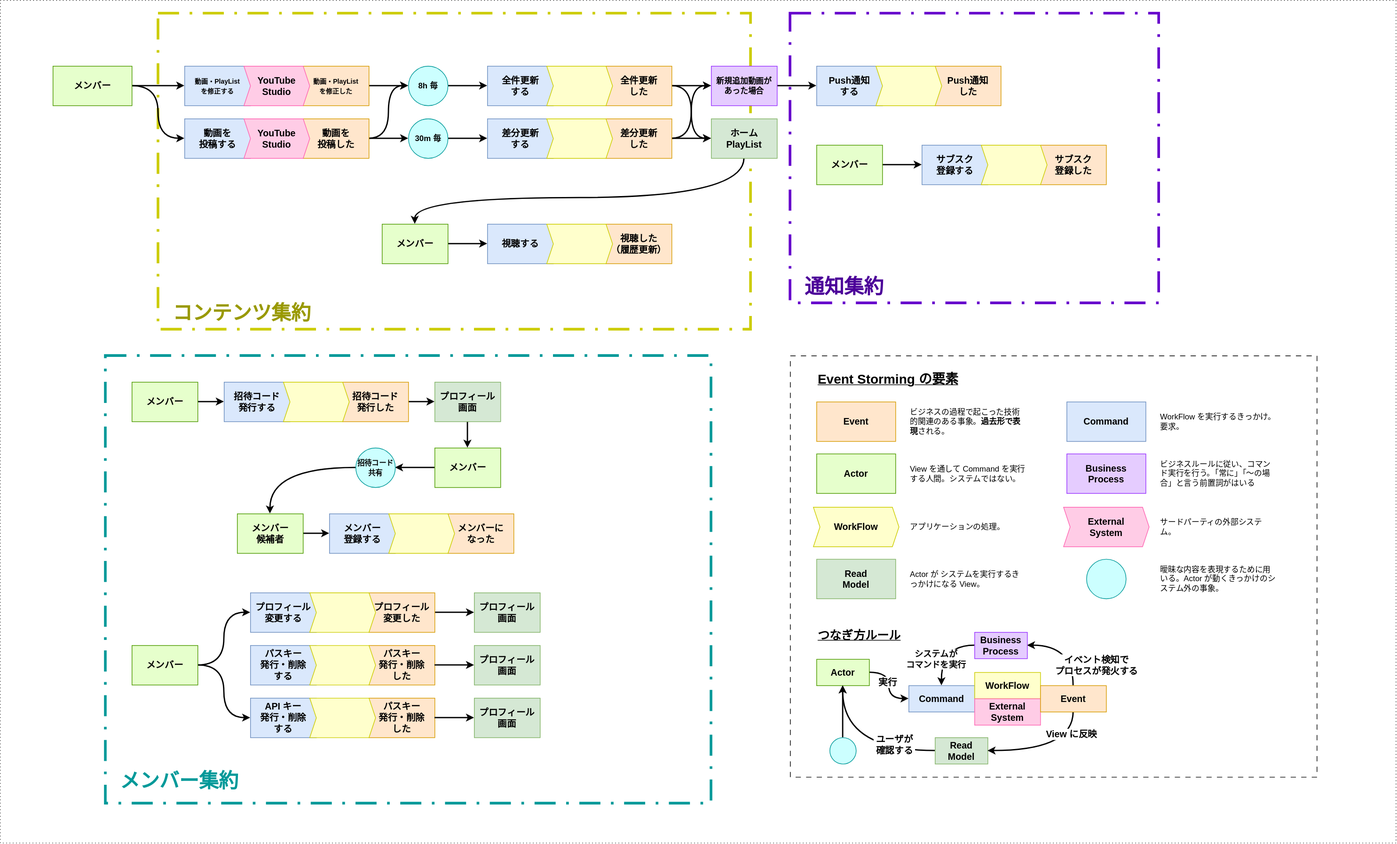
The draw.io diagram event_storming.drawio.svg in nw-union/soko, before a commit. Source tidied: cells renumbered, new cells last; positions are measured from the earlier drawing's top-left corner, leaving out a move shared by most shapes.
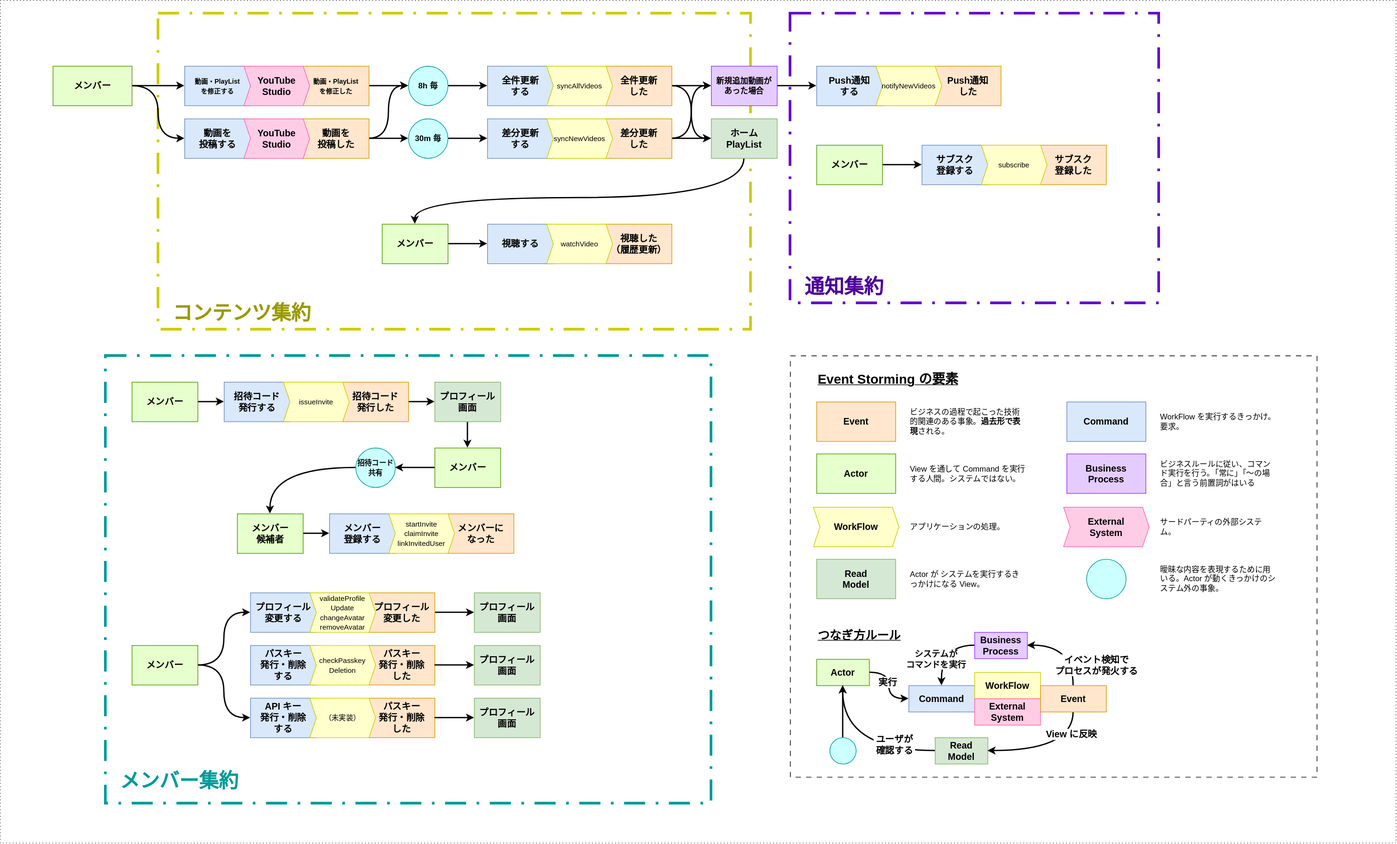
The same diagram one commit later.

What changed in the source:
```diff
@@ -177,7 +177,7 @@
     <mxCell id="55" value="&lt;span style=&quot;font-size: 14px;&quot;&gt;&lt;b&gt;視聴する&lt;/b&gt;&lt;/span&gt;" style="rounded=0;whiteSpace=wrap;html=1;fillColor=#dae8fc;strokeColor=#6c8ebf;" parent="1" vertex="1">
       <mxGeometry x="740" y="340" width="100" height="60" as="geometry" />
     </mxCell>
-    <mxCell id="56" style="shape=step;perimeter=stepPerimeter;whiteSpace=wrap;html=1;fixedSize=1;fillColor=#FFFFCC;strokeColor=#CCCC00;size=10;" parent="1" vertex="1">
+    <mxCell id="56" value="&lt;span style=&quot;font-size: 11px;&quot;&gt;watchVideo&lt;/span&gt;" style="shape=step;perimeter=stepPerimeter;whiteSpace=wrap;html=1;fixedSize=1;fillColor=#FFFFCC;strokeColor=#CCCC00;size=10;" parent="1" vertex="1">
       <mxGeometry x="830" y="340" width="100" height="60" as="geometry" />
     </mxCell>
     <mxCell id="57" value="&lt;span style=&quot;font-size: 14px;&quot;&gt;&lt;b&gt;Push通知&lt;/b&gt;&lt;/span&gt;&lt;div&gt;&lt;span style=&quot;font-size: 14px;&quot;&gt;&lt;b&gt;した&lt;/b&gt;&lt;/span&gt;&lt;/div&gt;" style="rounded=0;whiteSpace=wrap;html=1;fillColor=#ffe6cc;strokeColor=#d79b00;" parent="1" vertex="1">
@@ -186,7 +186,7 @@
     <mxCell id="58" value="&lt;span style=&quot;font-size: 14px;&quot;&gt;&lt;b&gt;Push通知&lt;/b&gt;&lt;/span&gt;&lt;div&gt;&lt;span style=&quot;font-size: 14px;&quot;&gt;&lt;b&gt;する&lt;/b&gt;&lt;/span&gt;&lt;/div&gt;" style="rounded=0;whiteSpace=wrap;html=1;fillColor=#dae8fc;strokeColor=#6c8ebf;" parent="1" vertex="1">
       <mxGeometry x="1240" y="100" width="100" height="60" as="geometry" />
     </mxCell>
-    <mxCell id="59" style="shape=step;perimeter=stepPerimeter;whiteSpace=wrap;html=1;fixedSize=1;fillColor=#FFFFCC;strokeColor=#CCCC00;size=10;" parent="1" vertex="1">
+    <mxCell id="59" value="&lt;span style=&quot;font-size: 11px;&quot;&gt;notifyNewVideos&lt;/span&gt;" style="shape=step;perimeter=stepPerimeter;whiteSpace=wrap;html=1;fixedSize=1;fillColor=#FFFFCC;strokeColor=#CCCC00;size=10;" parent="1" vertex="1">
       <mxGeometry x="1330" y="100" width="100" height="60" as="geometry" />
     </mxCell>
     <mxCell id="60" style="edgeStyle=orthogonalEdgeStyle;rounded=0;jettySize=auto;html=1;entryX=0;entryY=0.5;entryDx=0;entryDy=0;defaultLabelBackgroundColor=page;strokeWidth=2;" parent="1" edge="1" source="120" target="58">
@@ -207,7 +207,7 @@
     <mxCell id="65" value="&lt;span style=&quot;font-size: 14px;&quot;&gt;&lt;b&gt;全件更新&lt;/b&gt;&lt;/span&gt;&lt;div&gt;&lt;span style=&quot;font-size: 14px;&quot;&gt;&lt;b&gt;する&lt;/b&gt;&lt;/span&gt;&lt;/div&gt;" style="rounded=0;whiteSpace=wrap;html=1;fillColor=#dae8fc;strokeColor=#6c8ebf;" parent="1" vertex="1">
       <mxGeometry x="740" y="100" width="100" height="60" as="geometry" />
     </mxCell>
-    <mxCell id="66" style="shape=step;perimeter=stepPerimeter;whiteSpace=wrap;html=1;fixedSize=1;fillColor=#FFFFCC;strokeColor=#CCCC00;size=10;" parent="1" vertex="1">
+    <mxCell id="66" value="&lt;span style=&quot;font-size: 11px;&quot;&gt;syncAllVideos&lt;/span&gt;" style="shape=step;perimeter=stepPerimeter;whiteSpace=wrap;html=1;fixedSize=1;fillColor=#FFFFCC;strokeColor=#CCCC00;size=10;" parent="1" vertex="1">
       <mxGeometry x="830" y="100" width="100" height="60" as="geometry" />
     </mxCell>
     <mxCell id="67" style="edgeStyle=orthogonalEdgeStyle;rounded=0;jettySize=auto;html=1;entryX=0;entryY=0.5;entryDx=0;entryDy=0;defaultLabelBackgroundColor=page;strokeWidth=2;" parent="1" edge="1" source="68" target="71">
@@ -243,7 +243,7 @@
     <mxCell id="77" value="&lt;span style=&quot;font-size: 14px;&quot;&gt;&lt;b&gt;差分更新&lt;/b&gt;&lt;/span&gt;&lt;div&gt;&lt;span style=&quot;font-size: 14px;&quot;&gt;&lt;b&gt;する&lt;/b&gt;&lt;/span&gt;&lt;/div&gt;" style="rounded=0;whiteSpace=wrap;html=1;fillColor=#dae8fc;strokeColor=#6c8ebf;" parent="1" vertex="1">
       <mxGeometry x="740" y="180" width="100" height="60" as="geometry" />
     </mxCell>
-    <mxCell id="78" style="shape=step;perimeter=stepPerimeter;whiteSpace=wrap;html=1;fixedSize=1;fillColor=#FFFFCC;strokeColor=#CCCC00;size=10;" parent="1" vertex="1">
+    <mxCell id="78" value="&lt;span style=&quot;font-size: 11px;&quot;&gt;syncNewVideos&lt;/span&gt;" style="shape=step;perimeter=stepPerimeter;whiteSpace=wrap;html=1;fixedSize=1;fillColor=#FFFFCC;strokeColor=#CCCC00;size=10;" parent="1" vertex="1">
       <mxGeometry x="830" y="180" width="100" height="60" as="geometry" />
     </mxCell>
     <mxCell id="79" style="edgeStyle=orthogonalEdgeStyle;rounded=0;jettySize=auto;html=1;entryX=0;entryY=0.5;entryDx=0;entryDy=0;defaultLabelBackgroundColor=page;strokeWidth=2;" parent="1" edge="1" source="80" target="82">
@@ -258,7 +258,7 @@
     <mxCell id="82" value="&lt;span style=&quot;font-size: 14px;&quot;&gt;&lt;b&gt;サブスク&lt;/b&gt;&lt;/span&gt;&lt;div&gt;&lt;span style=&quot;font-size: 14px;&quot;&gt;&lt;b&gt;登録する&lt;/b&gt;&lt;/span&gt;&lt;/div&gt;" style="rounded=0;whiteSpace=wrap;html=1;fillColor=#dae8fc;strokeColor=#6c8ebf;" parent="1" vertex="1">
       <mxGeometry x="1400" y="220" width="100" height="60" as="geometry" />
     </mxCell>
-    <mxCell id="83" style="shape=step;perimeter=stepPerimeter;whiteSpace=wrap;html=1;fixedSize=1;fillColor=#FFFFCC;strokeColor=#CCCC00;size=10;" parent="1" vertex="1">
+    <mxCell id="83" value="&lt;span style=&quot;font-size: 11px;&quot;&gt;subscribe&lt;/span&gt;" style="shape=step;perimeter=stepPerimeter;whiteSpace=wrap;html=1;fixedSize=1;fillColor=#FFFFCC;strokeColor=#CCCC00;size=10;" parent="1" vertex="1">
       <mxGeometry x="1490" y="220" width="100" height="60" as="geometry" />
     </mxCell>
     <mxCell id="84" style="edgeStyle=orthogonalEdgeStyle;rounded=0;jettySize=auto;html=1;entryX=0;entryY=0.5;entryDx=0;entryDy=0;defaultLabelBackgroundColor=page;curved=1;curveGeometry=1;strokeWidth=2;" parent="1" edge="1" source="85" target="88">
@@ -276,7 +276,7 @@
     <mxCell id="88" value="&lt;span style=&quot;font-size: 14px;&quot;&gt;&lt;b&gt;招待コード&lt;/b&gt;&lt;/span&gt;&lt;br&gt;&lt;div&gt;&lt;span style=&quot;font-size: 14px;&quot;&gt;&lt;b&gt;発行する&lt;/b&gt;&lt;/span&gt;&lt;/div&gt;" style="rounded=0;whiteSpace=wrap;html=1;fillColor=#dae8fc;strokeColor=#6c8ebf;" parent="1" vertex="1">
       <mxGeometry x="340" y="580" width="100" height="60" as="geometry" />
     </mxCell>
-    <mxCell id="89" style="shape=step;perimeter=stepPerimeter;whiteSpace=wrap;html=1;fixedSize=1;fillColor=#FFFFCC;strokeColor=#CCCC00;size=10;" parent="1" vertex="1">
+    <mxCell id="89" value="&lt;span style=&quot;font-size: 11px;&quot;&gt;issueInvite&lt;/span&gt;" style="shape=step;perimeter=stepPerimeter;whiteSpace=wrap;html=1;fixedSize=1;fillColor=#FFFFCC;strokeColor=#CCCC00;size=10;" parent="1" vertex="1">
       <mxGeometry x="430" y="580" width="100" height="60" as="geometry" />
     </mxCell>
     <mxCell id="90" value="&lt;span style=&quot;font-size: 14px;&quot;&gt;&lt;b&gt;メンバーに&lt;/b&gt;&lt;/span&gt;&lt;div&gt;&lt;span style=&quot;font-size: 14px;&quot;&gt;&lt;b&gt;なった&lt;/b&gt;&lt;/span&gt;&lt;/div&gt;" style="rounded=0;whiteSpace=wrap;html=1;fillColor=#ffe6cc;strokeColor=#d79b00;" parent="1" vertex="1">
@@ -285,7 +285,7 @@
     <mxCell id="91" value="&lt;span style=&quot;font-size: 14px;&quot;&gt;&lt;b&gt;メンバー&lt;/b&gt;&lt;/span&gt;&lt;div&gt;&lt;span style=&quot;font-size: 14px;&quot;&gt;&lt;b&gt;登録する&lt;/b&gt;&lt;/span&gt;&lt;/div&gt;" style="rounded=0;whiteSpace=wrap;html=1;fillColor=#dae8fc;strokeColor=#6c8ebf;" parent="1" vertex="1">
       <mxGeometry x="500" y="780" width="100" height="60" as="geometry" />
     </mxCell>
-    <mxCell id="92" style="shape=step;perimeter=stepPerimeter;whiteSpace=wrap;html=1;fixedSize=1;fillColor=#FFFFCC;strokeColor=#CCCC00;size=10;" parent="1" vertex="1">
+    <mxCell id="92" value="&lt;span style=&quot;font-size: 11px;&quot;&gt;startInvite&lt;br&gt;claimInvite&lt;br&gt;linkInvitedUser&lt;/span&gt;" style="shape=step;perimeter=stepPerimeter;whiteSpace=wrap;html=1;fixedSize=1;fillColor=#FFFFCC;strokeColor=#CCCC00;size=10;" parent="1" vertex="1">
       <mxGeometry x="590" y="780" width="100" height="60" as="geometry" />
     </mxCell>
     <mxCell id="93" style="edgeStyle=orthogonalEdgeStyle;rounded=0;jettySize=auto;html=1;defaultLabelBackgroundColor=page;strokeWidth=2;" parent="1" edge="1" source="94" target="91">
@@ -312,7 +312,7 @@
     <mxCell id="100" value="&lt;span style=&quot;font-size: 14px;&quot;&gt;&lt;b&gt;プロフィール&lt;/b&gt;&lt;/span&gt;&lt;div&gt;&lt;span style=&quot;font-size: 14px;&quot;&gt;&lt;b&gt;変更する&lt;/b&gt;&lt;/span&gt;&lt;/div&gt;" style="rounded=0;whiteSpace=wrap;html=1;fillColor=#dae8fc;strokeColor=#6c8ebf;" parent="1" vertex="1">
       <mxGeometry x="380" y="900" width="100" height="60" as="geometry" />
     </mxCell>
-    <mxCell id="101" style="shape=step;perimeter=stepPerimeter;whiteSpace=wrap;html=1;fixedSize=1;fillColor=#FFFFCC;strokeColor=#CCCC00;size=10;" parent="1" vertex="1">
+    <mxCell id="101" value="&lt;span style=&quot;font-size: 11px;&quot;&gt;validateProfile&lt;br&gt;Update&lt;br&gt;changeAvatar&lt;br&gt;removeAvatar&lt;/span&gt;" style="shape=step;perimeter=stepPerimeter;whiteSpace=wrap;html=1;fixedSize=1;fillColor=#FFFFCC;strokeColor=#CCCC00;size=10;" parent="1" vertex="1">
       <mxGeometry x="470" y="900" width="100" height="60" as="geometry" />
     </mxCell>
     <mxCell id="102" style="edgeStyle=orthogonalEdgeStyle;rounded=0;jettySize=auto;html=1;defaultLabelBackgroundColor=page;strokeWidth=2;" parent="1" edge="1" source="103" target="105">
@@ -333,7 +333,7 @@
     <mxCell id="107" value="&lt;span style=&quot;font-size: 14px;&quot;&gt;&lt;b&gt;パスキー&lt;/b&gt;&lt;/span&gt;&lt;br&gt;&lt;div&gt;&lt;span style=&quot;font-size: 14px;&quot;&gt;&lt;b&gt;発行・削除&lt;/b&gt;&lt;/span&gt;&lt;/div&gt;&lt;div&gt;&lt;span style=&quot;font-size: 14px;&quot;&gt;&lt;b&gt;する&lt;/b&gt;&lt;/span&gt;&lt;/div&gt;" style="rounded=0;whiteSpace=wrap;html=1;fillColor=#dae8fc;strokeColor=#6c8ebf;" parent="1" vertex="1">
       <mxGeometry x="380" y="980" width="100" height="60" as="geometry" />
     </mxCell>
-    <mxCell id="108" style="shape=step;perimeter=stepPerimeter;whiteSpace=wrap;html=1;fixedSize=1;fillColor=#FFFFCC;strokeColor=#CCCC00;size=10;" parent="1" vertex="1">
+    <mxCell id="108" value="&lt;span style=&quot;font-size: 11px;&quot;&gt;checkPasskey&lt;br&gt;Deletion&lt;/span&gt;" style="shape=step;perimeter=stepPerimeter;whiteSpace=wrap;html=1;fixedSize=1;fillColor=#FFFFCC;strokeColor=#CCCC00;size=10;" parent="1" vertex="1">
       <mxGeometry x="470" y="980" width="100" height="60" as="geometry" />
     </mxCell>
     <mxCell id="109" value="&lt;span style=&quot;font-size: 14px;&quot;&gt;&lt;b&gt;パスキー&lt;/b&gt;&lt;/span&gt;&lt;div&gt;&lt;span style=&quot;font-size: 14px;&quot;&gt;&lt;b&gt;発行・削除&lt;/b&gt;&lt;/span&gt;&lt;/div&gt;&lt;div&gt;&lt;span style=&quot;font-size: 14px;&quot;&gt;&lt;b&gt;した&lt;/b&gt;&lt;/span&gt;&lt;/div&gt;" style="rounded=0;whiteSpace=wrap;html=1;fillColor=#ffe6cc;strokeColor=#d79b00;" parent="1" vertex="1">
@@ -342,7 +342,7 @@
     <mxCell id="110" value="&lt;span style=&quot;font-size: 14px;&quot;&gt;&lt;b&gt;API キー&lt;/b&gt;&lt;/span&gt;&lt;br&gt;&lt;div&gt;&lt;span style=&quot;font-size: 14px;&quot;&gt;&lt;b&gt;発行・削除&lt;/b&gt;&lt;/span&gt;&lt;/div&gt;&lt;div&gt;&lt;span style=&quot;font-size: 14px;&quot;&gt;&lt;b&gt;する&lt;/b&gt;&lt;/span&gt;&lt;/div&gt;" style="rounded=0;whiteSpace=wrap;html=1;fillColor=#dae8fc;strokeColor=#6c8ebf;" parent="1" vertex="1">
       <mxGeometry x="380" y="1060" width="100" height="60" as="geometry" />
     </mxCell>
-    <mxCell id="111" style="shape=step;perimeter=stepPerimeter;whiteSpace=wrap;html=1;fixedSize=1;fillColor=#FFFFCC;strokeColor=#CCCC00;size=10;" parent="1" vertex="1">
+    <mxCell id="111" value="&lt;span style=&quot;font-size: 11px;&quot;&gt;（未実装）&lt;/span&gt;" style="shape=step;perimeter=stepPerimeter;whiteSpace=wrap;html=1;fixedSize=1;fillColor=#FFFFCC;strokeColor=#CCCC00;size=10;" parent="1" vertex="1">
       <mxGeometry x="470" y="1060" width="100" height="60" as="geometry" />
     </mxCell>
     <mxCell id="112" value="&lt;span style=&quot;font-size: 14px;&quot;&gt;&lt;b&gt;プロフィール&lt;/b&gt;&lt;/span&gt;&lt;div&gt;&lt;span style=&quot;font-size: 14px;&quot;&gt;&lt;b&gt;画面&lt;/b&gt;&lt;/span&gt;&lt;/div&gt;" style="rounded=0;whiteSpace=wrap;html=1;fillColor=#d5e8d4;strokeColor=#82b366;" parent="1" vertex="1">
```
